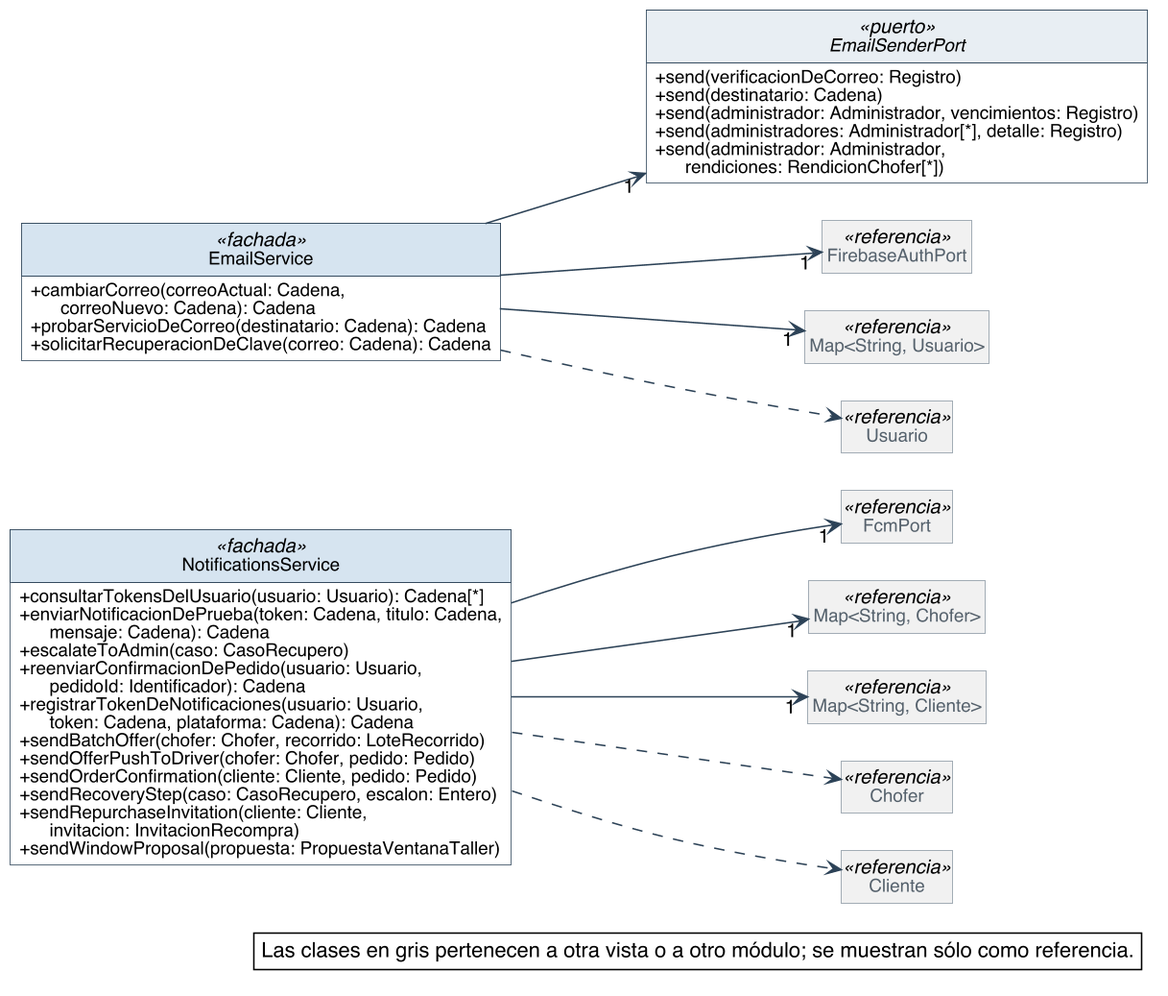
This is diagramas/clases-diseno/DC_Mod_Notificaciones.png from Nahuelito-Dev/splg-docs, a PlantUML export, as it was before one commit.
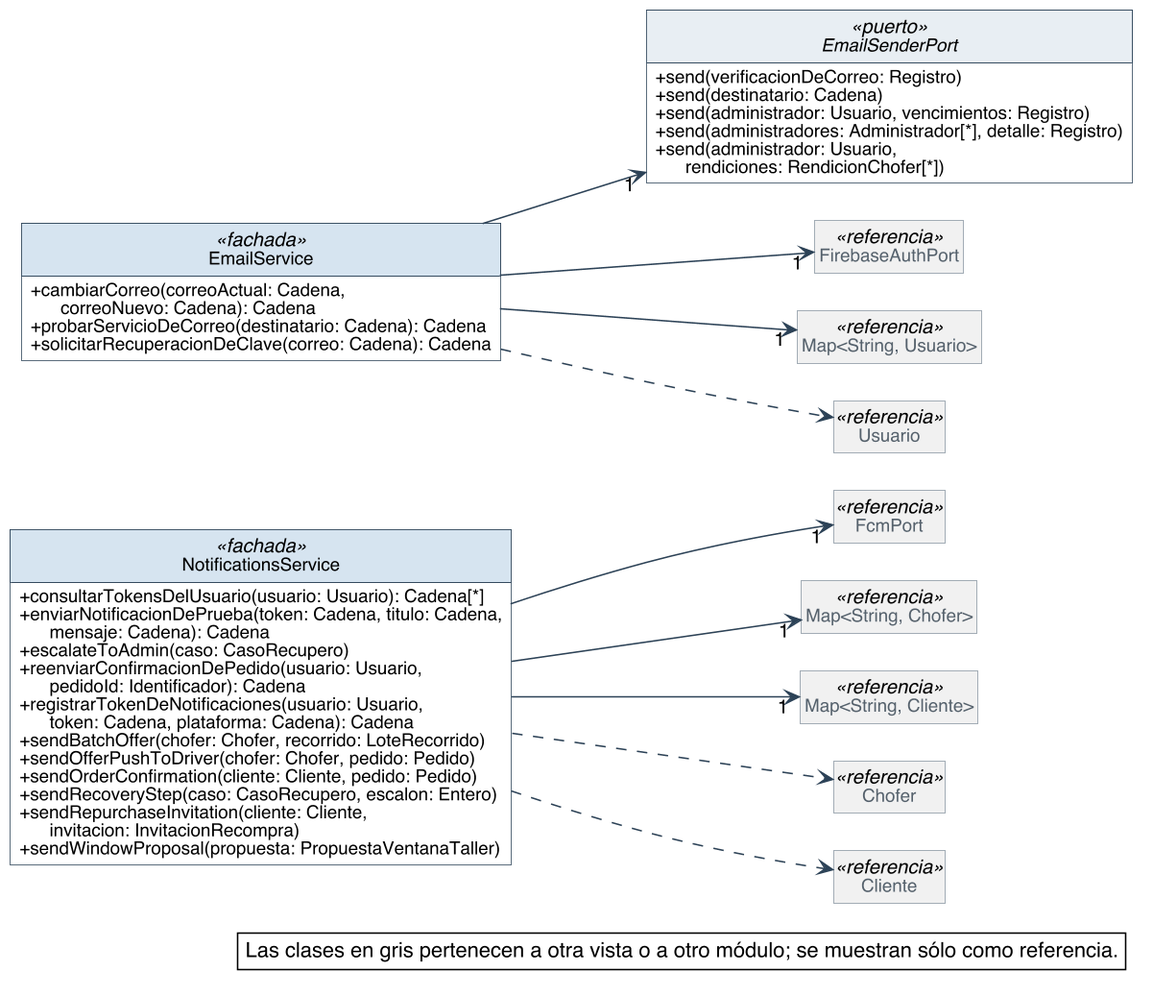
After the change.

The edit, as a diff of the source:
```diff
@@ -81,9 +81,9 @@
 interface EmailSenderPort <<puerto>> {
   + send(verificacionDeCorreo: Registro)
   + send(destinatario: Cadena)
-  + send(administrador: Administrador, vencimientos: Registro)
+  + send(administrador: Usuario, vencimientos: Registro)
   + send(administradores: Administrador[*], detalle: Registro)
-  + send(administrador: Administrador,\n      rendiciones: RendicionChofer[*])
+  + send(administrador: Usuario,\n      rendiciones: RendicionChofer[*])
 }
 class FirebaseAuthPort <<referencia>>
 class "Map<String, Usuario>" as Map_String_Usuario <<referencia>>
```
